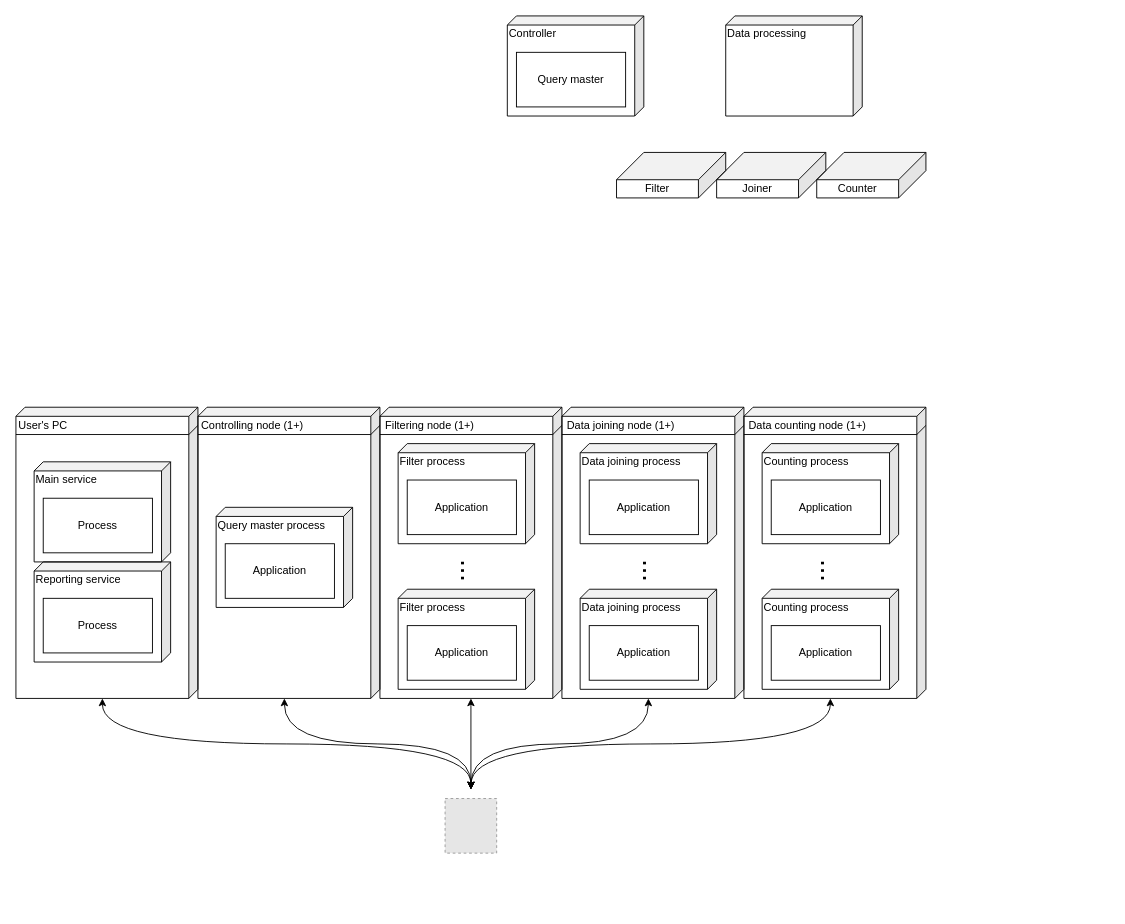
This is page "Diagrama de despliegue" (2 of 5) of diagrams/diagramas.drawio from mateogdupont/escalabilidad, a draw.io file, before an edit. Source tidied: cells renumbered, new cells numbered last; positions are measured from the earlier drawing's top-left corner, leaving out a move shared by most shapes. Both pictures are drawn from the tidied source at 91%, with x=0, y=0 at pixel (15, 15). Pictures stored in the file or linked from it are replaced by grey dashed boxes.
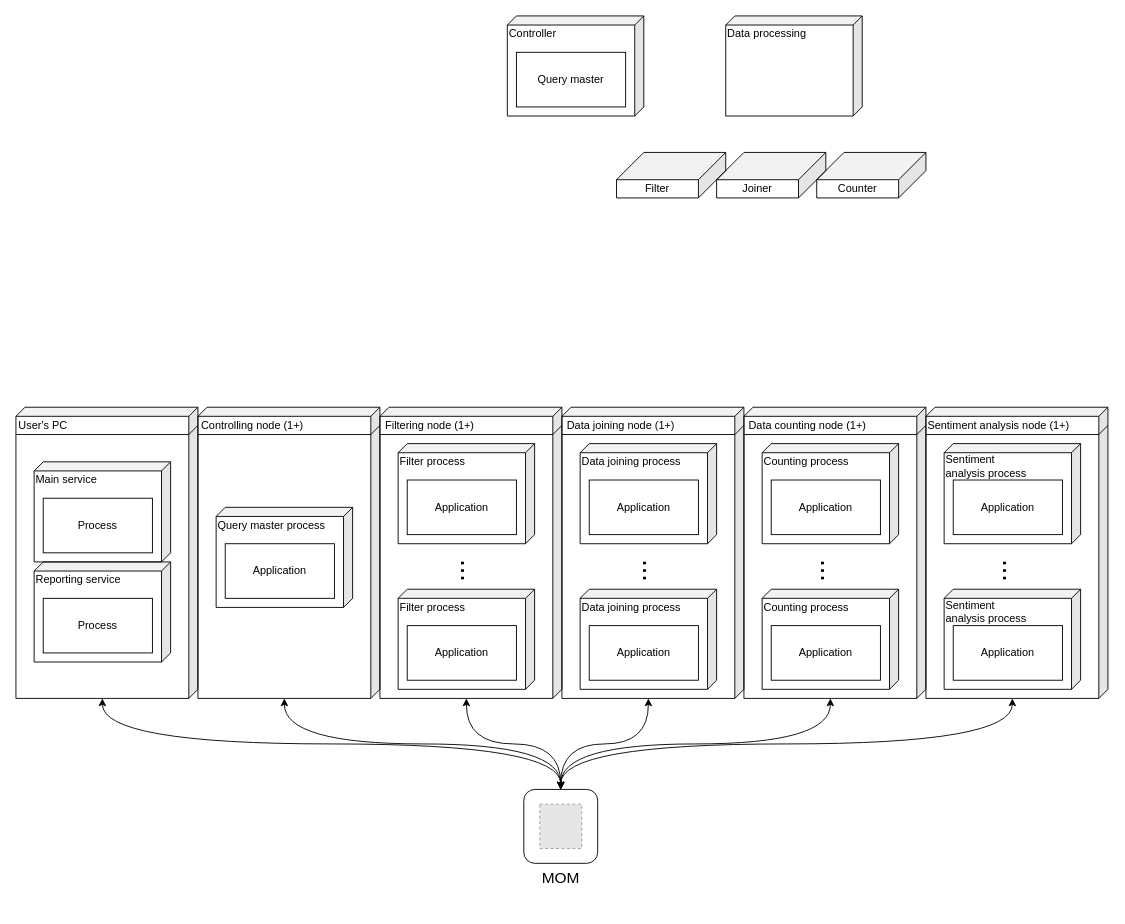
Above is the later version.

The change refers to these unchanged cells:
```xml
<mxCell id="2" style="shape=cube;whiteSpace=wrap;html=1;boundedLbl=1;backgroundOutline=1;darkOpacity=0.05;darkOpacity2=0.1;size=10;flipH=1;fillColor=none;" parent="1" vertex="1">
  <mxGeometry y="430" width="200" height="320" as="geometry" />
</mxCell>
<mxCell id="6" style="shape=cube;whiteSpace=wrap;html=1;boundedLbl=1;backgroundOutline=1;darkOpacity=0.05;darkOpacity2=0.1;size=10;flipH=1;fillColor=none;" parent="1" vertex="1">
  <mxGeometry x="200" y="430" width="200" height="320" as="geometry" />
</mxCell>
<mxCell id="10" style="shape=cube;whiteSpace=wrap;html=1;boundedLbl=1;backgroundOutline=1;darkOpacity=0.05;darkOpacity2=0.1;size=10;flipH=1;fillColor=none;" parent="1" vertex="1">
  <mxGeometry x="400" y="430" width="200" height="320" as="geometry" />
</mxCell>
<mxCell id="14" style="shape=cube;whiteSpace=wrap;html=1;boundedLbl=1;backgroundOutline=1;darkOpacity=0.05;darkOpacity2=0.1;size=10;flipH=1;fillColor=none;" parent="1" vertex="1">
  <mxGeometry x="600" y="430" width="200" height="320" as="geometry" />
</mxCell>
<mxCell id="18" style="shape=cube;whiteSpace=wrap;html=1;boundedLbl=1;backgroundOutline=1;darkOpacity=0.05;darkOpacity2=0.1;size=10;flipH=1;fillColor=none;" parent="1" vertex="1">
  <mxGeometry x="800" y="430" width="200" height="320" as="geometry" />
</mxCell>
```

Change to the diagram source:
```diff
@@
-    <mxCell id="60" style="fillColor=#E6E6E6;strokeColor=#999999;dashed=1;verticalLabelPosition=bottom;labelBackgroundColor=default;verticalAlign=top;" parent="1" vertex="1">
-      <mxGeometry x="471.6" y="860" width="56.7" height="60" as="geometry" />
-    </mxCell>
-    <mxCell id="61" style="endArrow=classic;startArrow=classic;html=1;rounded=0;exitX=0;exitY=0;exitDx=105;exitDy=320;exitPerimeter=0;edgeStyle=orthogonalEdgeStyle;curved=1;" parent="1" edge="1" source="2">
-      <mxGeometry relative="1" as="geometry">
-        <mxPoint x="500" y="850" as="targetPoint" />
-      </mxGeometry>
+    <mxCell id="61" style="endArrow=classic;startArrow=classic;html=1;rounded=0;exitX=0;exitY=0;exitDx=105;exitDy=320;exitPerimeter=0;edgeStyle=orthogonalEdgeStyle;curved=1;entryX=0.5;entryY=0;entryDx=0;entryDy=0;" parent="1" edge="1" source="2" target="80">
+      <mxGeometry relative="1" as="geometry" />
     </mxCell>
-    <mxCell id="62" style="endArrow=classic;startArrow=classic;html=1;rounded=0;exitX=0;exitY=0;exitDx=105;exitDy=320;exitPerimeter=0;edgeStyle=orthogonalEdgeStyle;curved=1;" parent="1" edge="1" source="6">
-      <mxGeometry relative="1" as="geometry">
-        <mxPoint x="500" y="850" as="targetPoint" />
-      </mxGeometry>
+    <mxCell id="62" style="endArrow=classic;startArrow=classic;html=1;rounded=0;exitX=0;exitY=0;exitDx=105;exitDy=320;exitPerimeter=0;edgeStyle=orthogonalEdgeStyle;curved=1;entryX=0.5;entryY=0;entryDx=0;entryDy=0;" parent="1" edge="1" source="6" target="80">
+      <mxGeometry relative="1" as="geometry" />
     </mxCell>
-    <mxCell id="63" style="endArrow=classic;startArrow=classic;html=1;rounded=0;" parent="1" edge="1">
-      <mxGeometry relative="1" as="geometry">
-        <mxPoint x="500" y="750" as="sourcePoint" />
-        <mxPoint x="500" y="850" as="targetPoint" />
-      </mxGeometry>
-    </mxCell>
-    <mxCell id="64" style="endArrow=classic;startArrow=classic;html=1;rounded=0;exitX=0;exitY=0;exitDx=105;exitDy=320;exitPerimeter=0;edgeStyle=orthogonalEdgeStyle;curved=1;" parent="1" edge="1" source="14">
-      <mxGeometry relative="1" as="geometry">
-        <mxPoint x="500" y="850" as="targetPoint" />
-      </mxGeometry>
+    <mxCell id="64" style="endArrow=classic;startArrow=classic;html=1;rounded=0;exitX=0;exitY=0;exitDx=105;exitDy=320;exitPerimeter=0;edgeStyle=orthogonalEdgeStyle;curved=1;entryX=0.5;entryY=0;entryDx=0;entryDy=0;" parent="1" edge="1" source="14" target="80">
+      <mxGeometry relative="1" as="geometry" />
     </mxCell>
-    <mxCell id="65" style="endArrow=classic;startArrow=classic;html=1;rounded=0;exitX=0;exitY=0;exitDx=105;exitDy=320;exitPerimeter=0;edgeStyle=orthogonalEdgeStyle;curved=1;" parent="1" edge="1" source="18">
-      <mxGeometry relative="1" as="geometry">
-        <mxPoint x="500" y="850" as="targetPoint" />
-      </mxGeometry>
+    <mxCell id="65" style="endArrow=classic;startArrow=classic;html=1;rounded=0;exitX=0;exitY=0;exitDx=105;exitDy=320;exitPerimeter=0;edgeStyle=orthogonalEdgeStyle;curved=1;entryX=0.5;entryY=0;entryDx=0;entryDy=0;" parent="1" edge="1" source="18" target="80">
+      <mxGeometry relative="1" as="geometry" />
     </mxCell>
+    <mxCell id="66" style="shape=cube;whiteSpace=wrap;html=1;boundedLbl=1;backgroundOutline=1;darkOpacity=0.05;darkOpacity2=0.1;size=10;flipH=1;fillColor=none;" parent="1" vertex="1">
+      <mxGeometry x="1000" y="430" width="200" height="320" as="geometry" />
+    </mxCell>
+    <mxCell id="67" value="Sentiment analysis node (1+)" style="text;html=1;align=center;verticalAlign=middle;whiteSpace=wrap;rounded=0;" parent="1" vertex="1">
+      <mxGeometry x="1000" y="440" width="160" height="20" as="geometry" />
+    </mxCell>
+    <mxCell id="68" style="endArrow=none;html=1;rounded=0;" parent="1" edge="1">
+      <mxGeometry relative="1" as="geometry">
+        <mxPoint x="1190" y="460" as="sourcePoint" />
+        <mxPoint x="1000" y="460" as="targetPoint" />
+      </mxGeometry>
+    </mxCell>
+    <mxCell id="69" style="endArrow=none;html=1;rounded=0;" parent="1" edge="1">
+      <mxGeometry relative="1" as="geometry">
+        <mxPoint x="1190" y="460" as="sourcePoint" />
+        <mxPoint x="1200" y="450" as="targetPoint" />
+      </mxGeometry>
+    </mxCell>
+    <mxCell id="70" style="shape=cube;whiteSpace=wrap;html=1;boundedLbl=1;backgroundOutline=1;darkOpacity=0.05;darkOpacity2=0.1;size=10;flipH=1;fillColor=none;" parent="1" vertex="1">
+      <mxGeometry x="1020" y="470" width="150" height="110" as="geometry" />
+    </mxCell>
+    <mxCell id="71" value="&lt;span style=&quot;text-align: center;&quot;&gt;Sentiment analysis&lt;/span&gt;&amp;nbsp;process" style="text;html=1;align=left;verticalAlign=middle;whiteSpace=wrap;rounded=0;" parent="1" vertex="1">
+      <mxGeometry x="1020" y="480" width="130" height="30" as="geometry" />
+    </mxCell>
+    <mxCell id="72" value="Application" style="rounded=0;whiteSpace=wrap;html=1;fillColor=none;" parent="1" vertex="1">
+      <mxGeometry x="1030" y="510" width="120" height="60" as="geometry" />
+    </mxCell>
+    <mxCell id="73" style="shape=cube;whiteSpace=wrap;html=1;boundedLbl=1;backgroundOutline=1;darkOpacity=0.05;darkOpacity2=0.1;size=10;flipH=1;fillColor=none;" parent="1" vertex="1">
+      <mxGeometry x="1020" y="630" width="150" height="110" as="geometry" />
+    </mxCell>
+    <mxCell id="74" value="Application" style="rounded=0;whiteSpace=wrap;html=1;fillColor=none;" parent="1" vertex="1">
+      <mxGeometry x="1030" y="670" width="120" height="60" as="geometry" />
+    </mxCell>
+    <mxCell id="75" value="&lt;font style=&quot;font-size: 30px;&quot;&gt;...&lt;/font&gt;" style="text;html=1;align=center;verticalAlign=bottom;whiteSpace=wrap;rounded=0;rotation=90;horizontal=1;" parent="1" vertex="1">
+      <mxGeometry x="1065" y="590" width="60" height="40" as="geometry" />
+    </mxCell>
+    <mxCell id="76" value="&lt;span style=&quot;text-align: center;&quot;&gt;Sentiment analysis&lt;/span&gt;&amp;nbsp;process" style="text;html=1;align=left;verticalAlign=middle;whiteSpace=wrap;rounded=0;" parent="1" vertex="1">
+      <mxGeometry x="1020" y="640" width="130" height="30" as="geometry" />
+    </mxCell>
+    <mxCell id="77" style="endArrow=classic;startArrow=classic;html=1;rounded=0;exitX=0;exitY=0;exitDx=105;exitDy=320;exitPerimeter=0;edgeStyle=orthogonalEdgeStyle;curved=1;entryX=0.5;entryY=0;entryDx=0;entryDy=0;" parent="1" edge="1" source="66" target="80">
+      <mxGeometry relative="1" as="geometry" />
+    </mxCell>
+    <mxCell id="78" style="group;" parent="1" vertex="1">
+      <mxGeometry x="550" y="850" width="97.5" height="130" as="geometry" />
+    </mxCell>
+    <mxCell id="79" style="group;" parent="78" vertex="1">
+      <mxGeometry x="8.1" width="81.2" height="81.2" as="geometry" />
+    </mxCell>
+    <mxCell id="80" style="whiteSpace=wrap;html=1;fillColor=none;rounded=1;" parent="79" vertex="1">
+      <mxGeometry width="81.2" height="81.2" as="geometry" />
+    </mxCell>
+    <mxCell id="81" style="fillColor=#E6E6E6;strokeColor=#999999;dashed=1;verticalLabelPosition=bottom;labelBackgroundColor=default;verticalAlign=top;rotation=0;" parent="79" vertex="1">
+      <mxGeometry x="17.6" y="16.2" width="46.1" height="48.8" as="geometry" />
+    </mxCell>
+    <mxCell id="82" value="MOM" style="text;html=1;align=center;verticalAlign=top;whiteSpace=wrap;rounded=0;fontSize=17;horizontal=1;" parent="78" vertex="1">
+      <mxGeometry y="81.2" width="97.5" height="48.8" as="geometry" />
+    </mxCell>
+    <mxCell id="83" style="endArrow=classic;startArrow=classic;html=1;rounded=0;exitX=0;exitY=0;exitDx=105;exitDy=320;exitPerimeter=0;edgeStyle=orthogonalEdgeStyle;curved=1;entryX=0.5;entryY=0;entryDx=0;entryDy=0;" parent="1" edge="1" source="10" target="80">
+      <mxGeometry relative="1" as="geometry" />
+    </mxCell>
```
